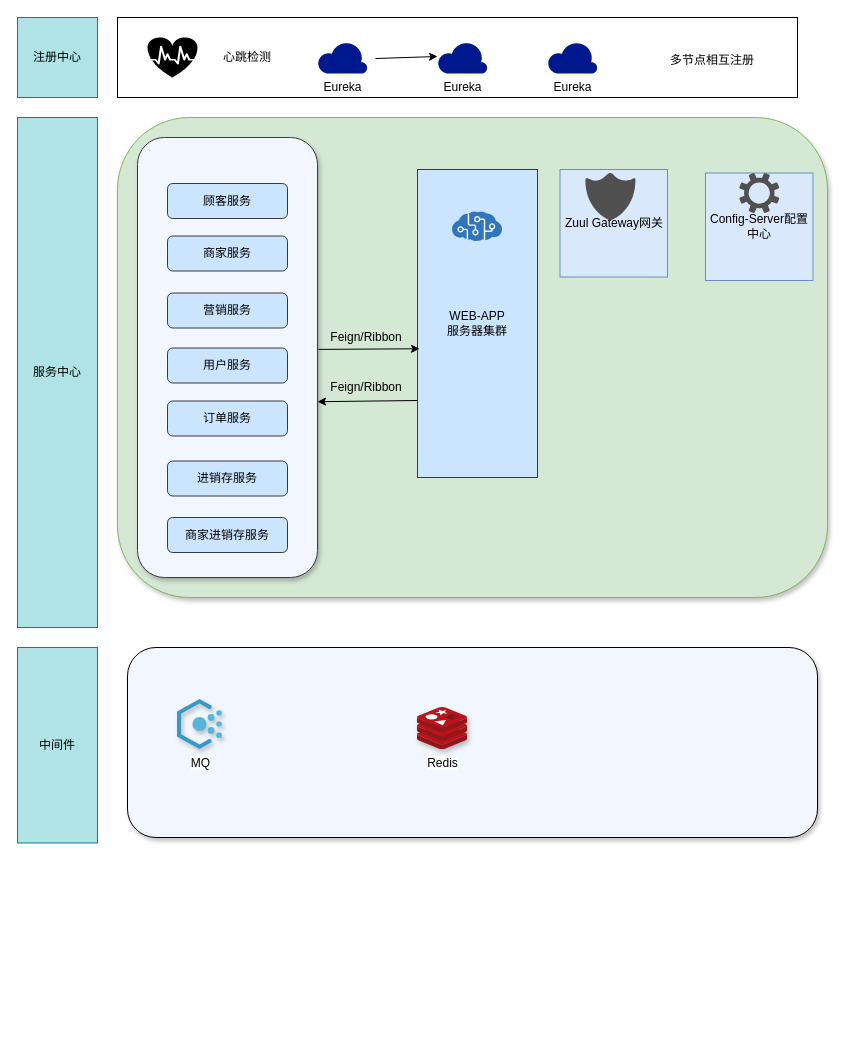
VanShell/xufan keeps this draw.io diagram as Untitled Diagram.drawio. Above is the earlier version. Source tidied: cells renumbered, new cells numbered last; positions are measured from the earlier drawing's top-left corner, leaving out a move shared by most shapes. Both pictures are drawn from the tidied source at 100%, with x=0, y=0 at pixel (17, 17).
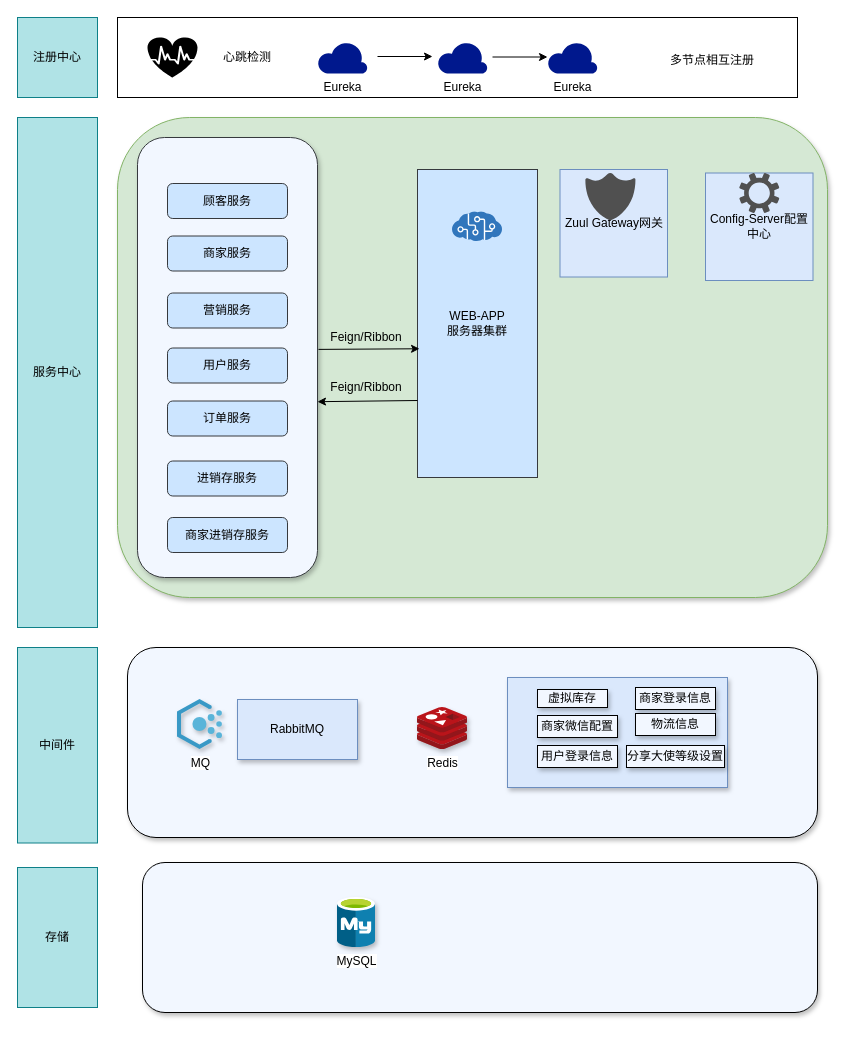
The same diagram, later.

Unchanged cells that the change refers to:
```xml
<mxCell id="13" value="Eureka" style="shadow=0;html=1;labelPosition=center;verticalLabelPosition=bottom;verticalAlign=top;align=center;fillColor=#00188D;shape=mxgraph.azure.cloud;strokeColor=none;perimeterSpacing=1;" parent="1" vertex="1">
  <mxGeometry x="420" y="24" width="50" height="32" as="geometry" />
</mxCell>
```

Diff of the diagram source:
```diff
@@
-    <mxCell id="14" style="endArrow=classic;html=1;" parent="1" edge="1">
-      <mxGeometry relative="1" as="geometry">
-        <mxPoint x="358" y="41" as="sourcePoint" />
-        <mxPoint x="420" y="39" as="targetPoint" />
-      </mxGeometry>
-    </mxCell>
@@
+    <mxCell id="35" value="RabbitMQ" style="rounded=0;whiteSpace=wrap;html=1;shadow=1;glass=0;sketch=0;strokeColor=#6c8ebf;fillColor=#dae8fc;" parent="1" vertex="1">
+      <mxGeometry x="220" y="682" width="120" height="60" as="geometry" />
+    </mxCell>
+    <mxCell id="36" style="rounded=0;whiteSpace=wrap;html=1;shadow=1;glass=0;sketch=0;strokeColor=#6c8ebf;fillColor=#dae8fc;" parent="1" vertex="1">
+      <mxGeometry x="490" y="660" width="220" height="110" as="geometry" />
+    </mxCell>
+    <mxCell id="37" value="虚拟库存" style="rounded=0;whiteSpace=wrap;html=1;shadow=1;glass=0;sketch=0;strokeColor=#000000;fillColor=#F2F7FF;" parent="1" vertex="1">
+      <mxGeometry x="520" y="672" width="70" height="18" as="geometry" />
+    </mxCell>
+    <mxCell id="38" value="商家微信配置" style="rounded=0;whiteSpace=wrap;html=1;shadow=1;glass=0;sketch=0;strokeColor=#000000;fillColor=#F2F7FF;" parent="1" vertex="1">
+      <mxGeometry x="520" y="698" width="80" height="22" as="geometry" />
+    </mxCell>
+    <mxCell id="39" value="用户登录信息" style="rounded=0;whiteSpace=wrap;html=1;shadow=1;glass=0;sketch=0;strokeColor=#000000;fillColor=#F2F7FF;" parent="1" vertex="1">
+      <mxGeometry x="520" y="728" width="80" height="22" as="geometry" />
+    </mxCell>
+    <mxCell id="40" value="商家登录信息" style="rounded=0;whiteSpace=wrap;html=1;shadow=1;glass=0;sketch=0;strokeColor=#000000;fillColor=#F2F7FF;" parent="1" vertex="1">
+      <mxGeometry x="618" y="670" width="80" height="22" as="geometry" />
+    </mxCell>
+    <mxCell id="41" value="物流信息" style="rounded=0;whiteSpace=wrap;html=1;shadow=1;glass=0;sketch=0;strokeColor=#000000;fillColor=#F2F7FF;" parent="1" vertex="1">
+      <mxGeometry x="618" y="696" width="80" height="22" as="geometry" />
+    </mxCell>
+    <mxCell id="42" value="分享大使等级设置" style="rounded=0;whiteSpace=wrap;html=1;shadow=1;glass=0;sketch=0;strokeColor=#000000;fillColor=#F2F7FF;" parent="1" vertex="1">
+      <mxGeometry x="609" y="728" width="98" height="22" as="geometry" />
+    </mxCell>
+    <mxCell id="43" value="存储" style="rounded=0;whiteSpace=wrap;html=1;strokeColor=#0e8088;fillColor=#b0e3e6;" parent="1" vertex="1">
+      <mxGeometry y="850" width="80" height="140" as="geometry" />
+    </mxCell>
+    <mxCell id="44" style="rounded=1;whiteSpace=wrap;html=1;shadow=1;glass=0;sketch=0;strokeColor=#000000;fillColor=#F2F7FF;" parent="1" vertex="1">
+      <mxGeometry x="125" y="845" width="675" height="150" as="geometry" />
+    </mxCell>
+    <mxCell id="45" value="MySQL" style="html=1;align=center;image;fontSize=12;image=img/lib/mscae/Azure_Database_for_MySQL_servers.svg;rounded=1;shadow=1;glass=0;sketch=0;strokeColor=#000000;fillColor=#F2F7FF;" parent="1" vertex="1">
+      <mxGeometry x="320" y="880" width="38" height="50" as="geometry" />
+    </mxCell>
+    <mxCell id="46" style="endArrow=classic;html=1;entryX=-0.077;entryY=0.471;entryDx=0;entryDy=0;entryPerimeter=0;" parent="1" edge="1" target="13">
+      <mxGeometry relative="1" as="geometry">
+        <mxPoint x="360" y="39" as="sourcePoint" />
+      </mxGeometry>
+    </mxCell>
+    <mxCell id="47" style="endArrow=classic;html=1;entryX=-0.077;entryY=0.471;entryDx=0;entryDy=0;entryPerimeter=0;" parent="1" edge="1">
+      <mxGeometry relative="1" as="geometry">
+        <mxPoint x="475" y="39.5" as="sourcePoint" />
+        <mxPoint x="530" y="39.5" as="targetPoint" />
+      </mxGeometry>
+    </mxCell>
```
